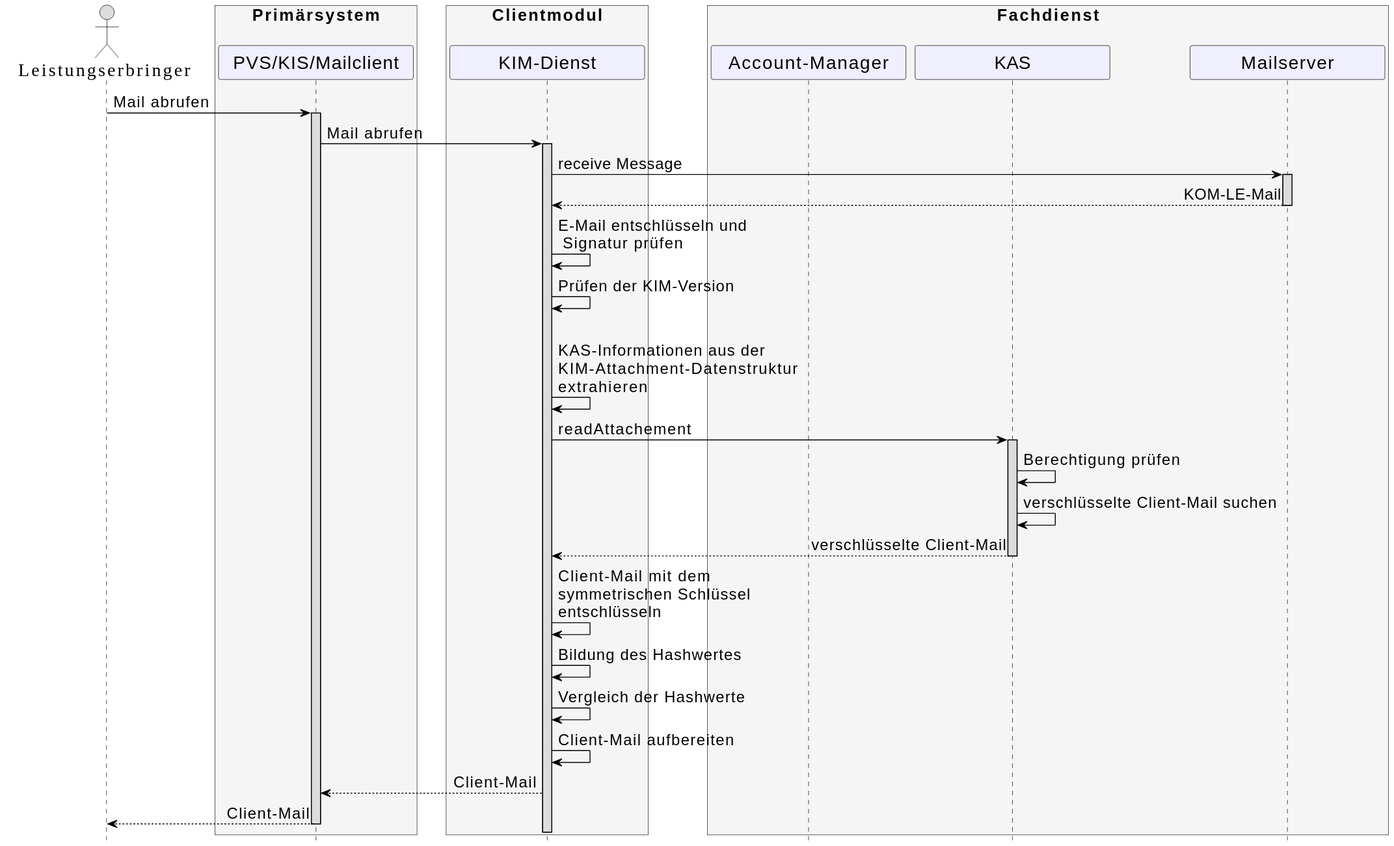
Earlier version of the PlantUML export images/diagrams/Fachdienst/Seq_kas_email_empfangen.svg (gematik/api-kim).
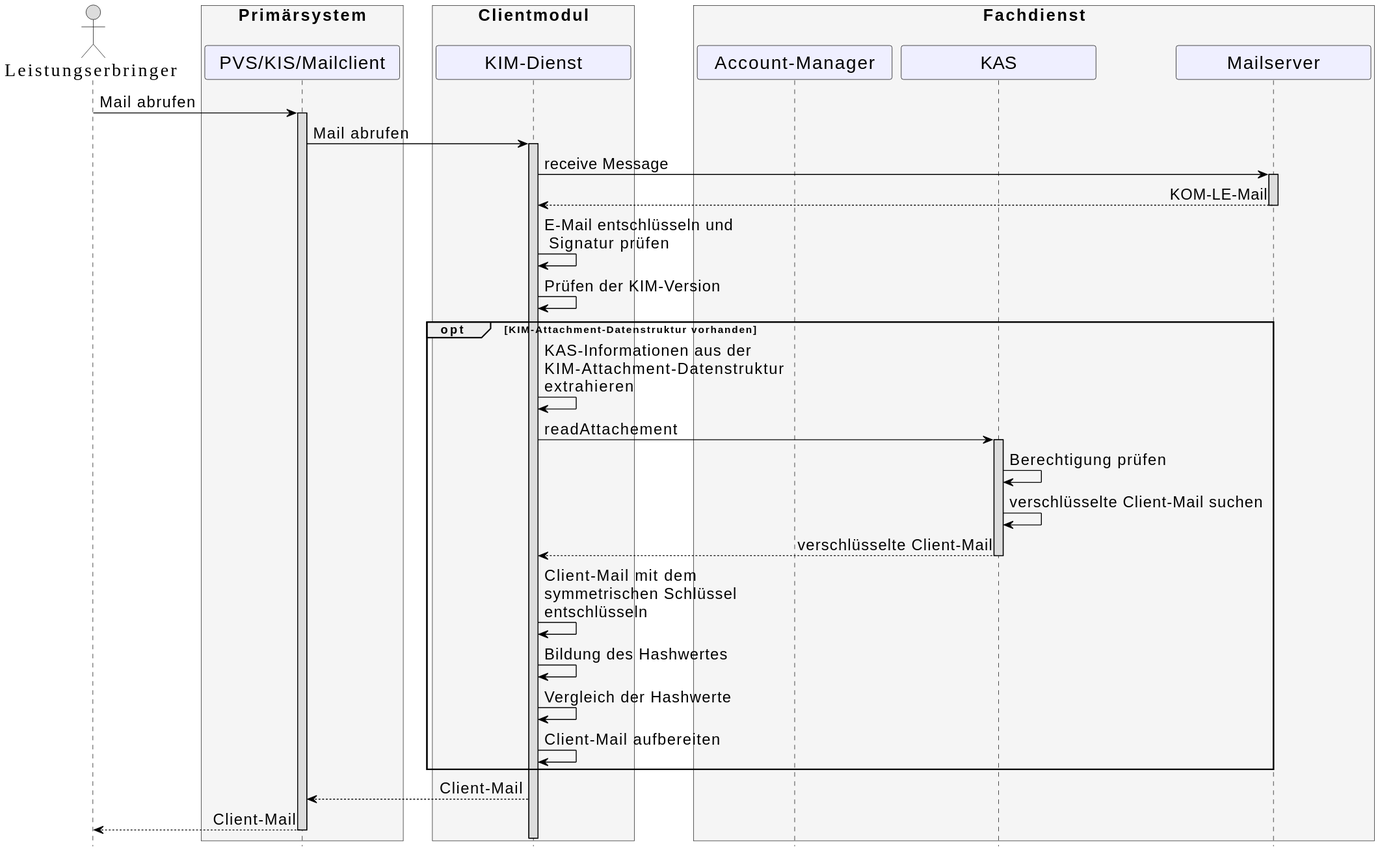
The same file after the commit.

Commit message:
Commit from GitHub Actions (GenerateImagesFromSrc)

What changed in the source:
```diff
@@ -47,19 +47,20 @@
  KM->KM: E-Mail entschlüsseln und\n Signatur prüfen
  KM->KM: Prüfen der KIM-Version
  opt KIM-Attachment-Datenstruktur vorhanden
- KM->KM: KAS-Informationen aus der\nKIM-Attachment-Datenstruktur\nextrahieren
- KM->K: readAttachement
- activate K
- K->K: Berechtigung prüfen
- K->K: verschlüsselte Client-Mail suchen
- K-->KM: verschlüsselte Client-Mail
- deactivate K
+  KM->KM: KAS-Informationen aus der\nKIM-Attachment-Datenstruktur\nextrahieren
+  KM->K: readAttachement
+  activate K
+  K->K: Berechtigung prüfen
+  K->K: verschlüsselte Client-Mail suchen
+  K-->KM: verschlüsselte Client-Mail
+  deactivate K
   KM->KM: Client-Mail mit dem\nsymmetrischen Schlüssel\nentschlüsseln
   KM->KM: Bildung des Hashwertes
   KM->KM: Vergleich der Hashwerte
   KM->KM: Client-Mail aufbereiten
-  KM-->P: Client-Mail
-  deactivate K
-  P-->L: Client-Mail
-  deactivate P
+ end
+ KM-->P: Client-Mail
+ deactivate K
+ P-->L: Client-Mail
+ deactivate P
 @enduml
```
